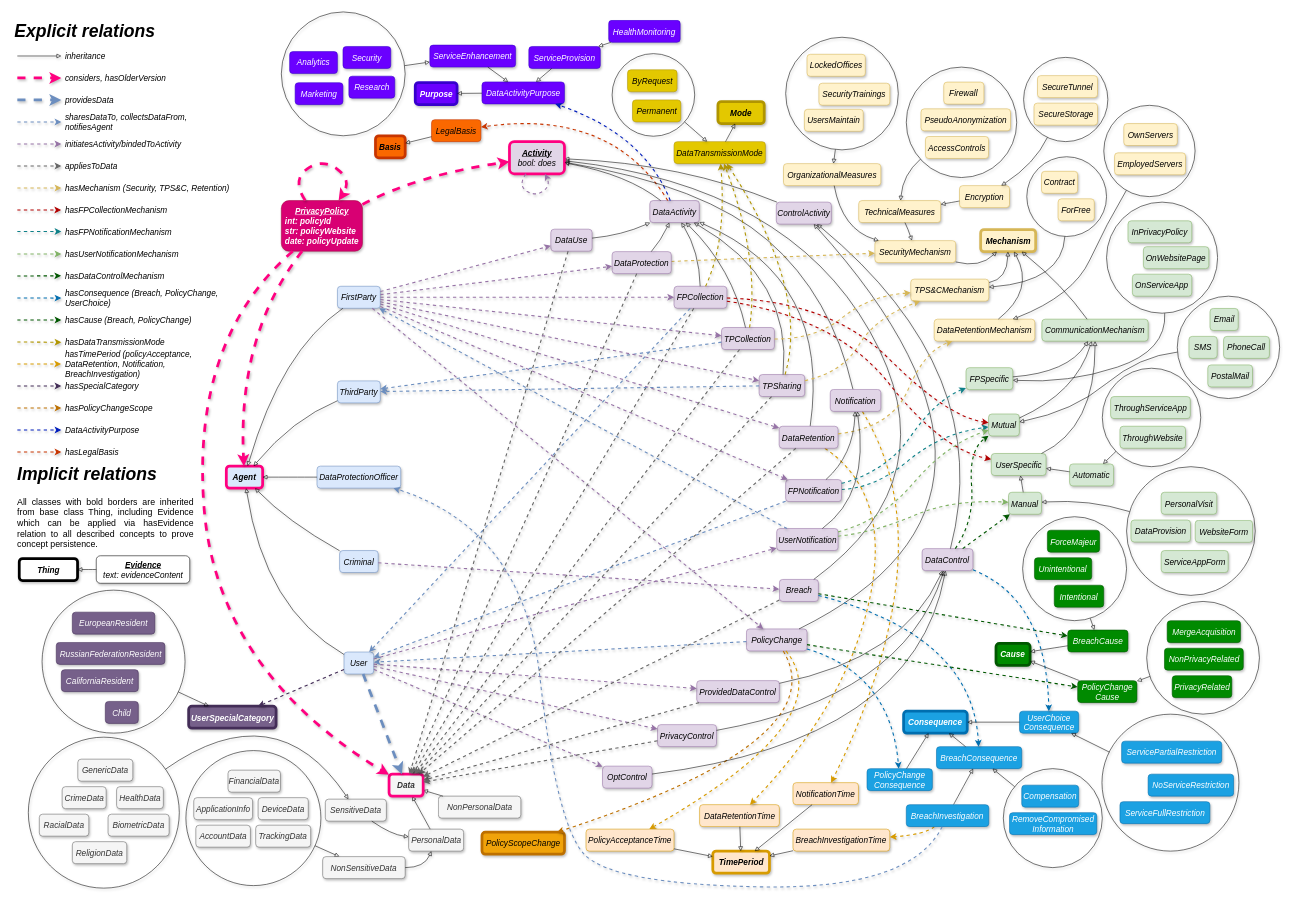
This is page "full" (1 of 2) of resources/docs/outdated/v1.1.2/ontology.drawio from kuznetsovmd/pp-ontology, a draw.io file, before an edit. Source tidied: cells renumbered, new cells numbered last; positions are measured from the earlier drawing's top-left corner, leaving out a move shared by most shapes. Both pictures are drawn from the tidied source at 55%, with x=0, y=0 at pixel (12, 12).
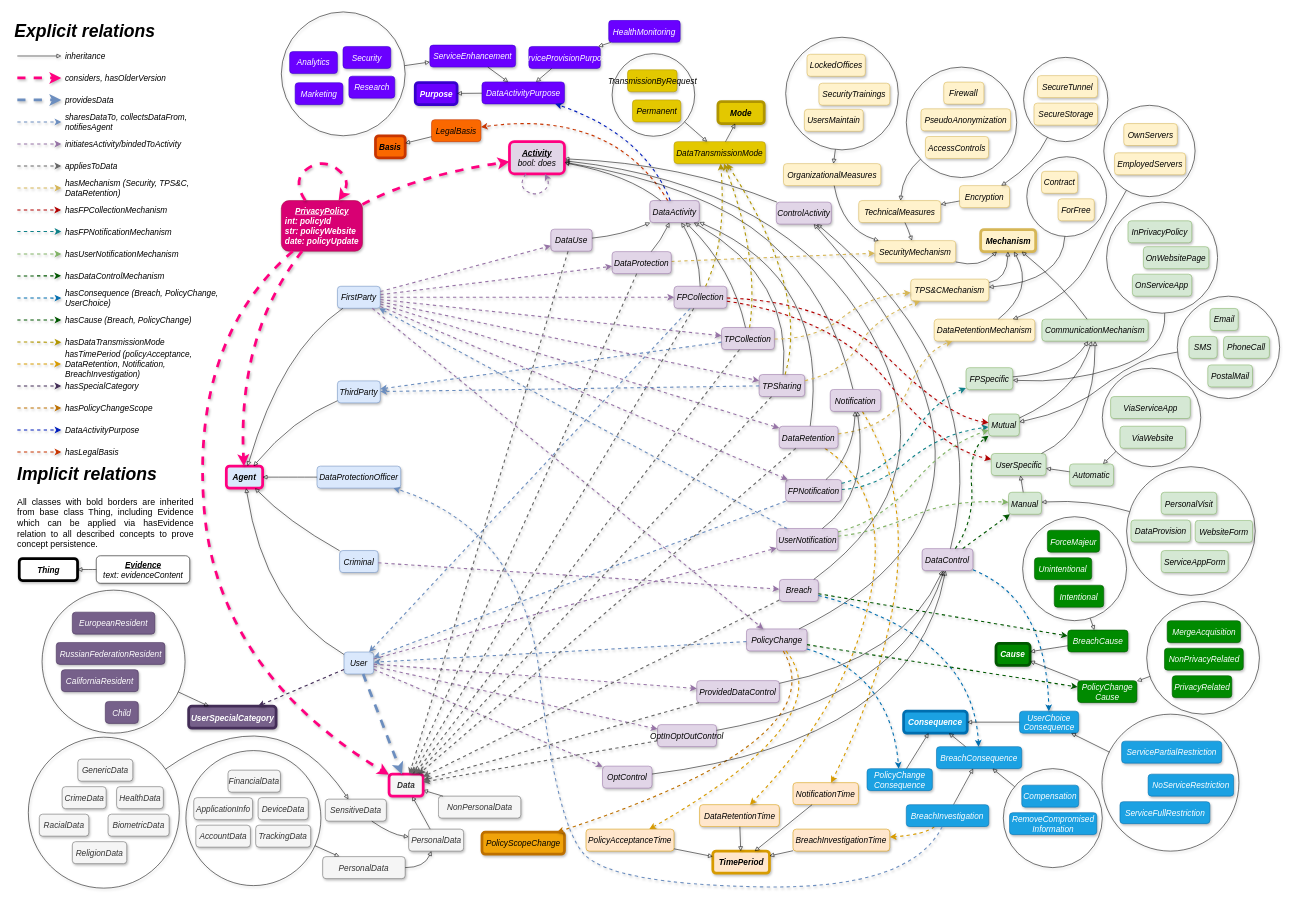
The same diagram, later.

Unchanged cells that the change refers to:
```xml
<mxCell id="276" style="group;" parent="1" vertex="1">
  <mxGeometry y="6" width="405" height="814.3" as="geometry" />
</mxCell>
```

Diff of the diagram source:
```diff
@@
-    <mxCell id="115" value="PrivacyControl" style="rounded=1;whiteSpace=wrap;html=1;fillColor=#e1d5e7;strokeColor=#9673a6;fontSize=15;fontStyle=2;shadow=1;fontFamily=Helvetica;" parent="1" vertex="1">
+    <mxCell id="115" value="OptInOptOutControl" style="rounded=1;whiteSpace=wrap;html=1;fillColor=#e1d5e7;strokeColor=#9673a6;fontSize=15;fontStyle=2;shadow=1;fontFamily=Helvetica;" parent="1" vertex="1">
       <mxGeometry x="1174" y="1296" width="107.3" height="40" as="geometry" />
     </mxCell>
@@
-    <mxCell id="118" value="&lt;div style=&quot;font-size: 15px;&quot;&gt;NonSensitiveData&lt;/div&gt;" style="rounded=1;whiteSpace=wrap;html=1;fillColor=#f5f5f5;fontColor=#333333;strokeColor=#666666;fontSize=15;fontStyle=2;shadow=1;fontFamily=Helvetica;" parent="1" vertex="1">
+    <mxCell id="118" value="&lt;div style=&quot;font-size: 15px;&quot;&gt;PersonalData&lt;/div&gt;" style="rounded=1;whiteSpace=wrap;html=1;fillColor=#f5f5f5;fontColor=#333333;strokeColor=#666666;fontSize=15;fontStyle=2;shadow=1;fontFamily=Helvetica;" parent="1" vertex="1">
       <mxGeometry x="565.2" y="1536" width="150" height="40" as="geometry" />
     </mxCell>
@@
-    <mxCell id="192" value="ByRequest" style="rounded=1;whiteSpace=wrap;html=1;fillColor=#e3c800;strokeColor=#B09500;fontSize=15;fontStyle=2;fontColor=#000000;shadow=1;fontFamily=Helvetica;" parent="1" vertex="1">
+    <mxCell id="192" value="TransmissionByRequest" style="rounded=1;whiteSpace=wrap;html=1;fillColor=#e3c800;strokeColor=#B09500;fontSize=15;fontStyle=2;fontColor=#000000;shadow=1;fontFamily=Helvetica;" parent="1" vertex="1">
       <mxGeometry x="1119.5" y="105.4" width="90" height="40" as="geometry" />
     </mxCell>
@@
-    <mxCell id="201" value="ServiceProvision" style="rounded=1;whiteSpace=wrap;html=1;fillColor=#6a00ff;strokeColor=#3700CC;fontSize=15;fontStyle=2;fontColor=#ffffff;shadow=1;fontFamily=Helvetica;" parent="1" vertex="1">
+    <mxCell id="201" value="ServiceProvisionPurpose" style="rounded=1;whiteSpace=wrap;html=1;fillColor=#6a00ff;strokeColor=#3700CC;fontSize=15;fontStyle=2;fontColor=#ffffff;shadow=1;fontFamily=Helvetica;" parent="1" vertex="1">
       <mxGeometry x="940" y="63" width="130" height="40" as="geometry" />
     </mxCell>
@@
-    <mxCell id="267" value="ThroughServiceApp" style="rounded=1;whiteSpace=wrap;html=1;fillColor=#d5e8d4;strokeColor=#82b366;fontSize=15;fontStyle=2;shadow=1;fontFamily=Helvetica;" parent="1" vertex="1">
+    <mxCell id="267" value="ViaServiceApp" style="rounded=1;whiteSpace=wrap;html=1;fillColor=#d5e8d4;strokeColor=#82b366;fontSize=15;fontStyle=2;shadow=1;fontFamily=Helvetica;" parent="1" vertex="1">
       <mxGeometry x="1997.8" y="699.5" width="144.9" height="40" as="geometry" />
     </mxCell>
-    <mxCell id="268" value="ThroughWebsite" style="rounded=1;whiteSpace=wrap;html=1;fillColor=#d5e8d4;strokeColor=#82b366;fontSize=15;fontStyle=2;shadow=1;fontFamily=Helvetica;" parent="1" vertex="1">
+    <mxCell id="268" value="ViaWebsite" style="rounded=1;whiteSpace=wrap;html=1;fillColor=#d5e8d4;strokeColor=#82b366;fontSize=15;fontStyle=2;shadow=1;fontFamily=Helvetica;" parent="1" vertex="1">
       <mxGeometry x="2014.8" y="753.5" width="119.2" height="40" as="geometry" />
     </mxCell>
@@
-    <mxCell id="287" value="hasMechanism (Security, TPS&amp;amp;C, Retention)" style="text;html=1;strokeColor=none;fillColor=none;align=left;verticalAlign=middle;whiteSpace=wrap;rounded=0;fontSize=15;shadow=1;fontFamily=Helvetica;fontStyle=2;" parent="276" vertex="1">
+    <mxCell id="287" value="hasMechanism (Security, TPS&amp;amp;C, DataRetention)" style="text;html=1;strokeColor=none;fillColor=none;align=left;verticalAlign=middle;whiteSpace=wrap;rounded=0;fontSize=15;shadow=1;fontFamily=Helvetica;fontStyle=2;" parent="276" vertex="1">
       <mxGeometry x="95.2" y="294.3" width="309.8" height="40" as="geometry" />
     </mxCell>
```
